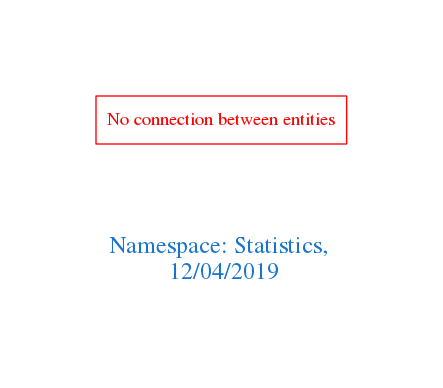
The Graphviz diagram downloads/Statistics.png in arago/OGIT, before a commit. Its source is kept beside it as downloads/Statistics.dot.
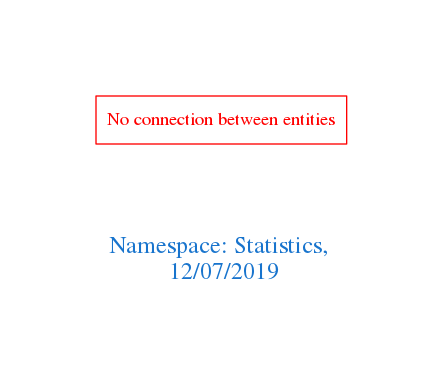
The same file after the commit.

Diff of the diagram source:
```diff
@@ -1,7 +1,7 @@
 digraph OGIT_ontology {
  graph [ rankdir= LR,pad=1
 fontsize = 18,
-fontcolor= dodgerblue3,label = "\n\n\nNamespace: Statistics, \n 12/04/2019"];
+fontcolor= dodgerblue3,label = "\n\n\nNamespace: Statistics, \n 12/07/2019"];
 node[shape=polygon];
 edge [  color="gray81"];
 
```
